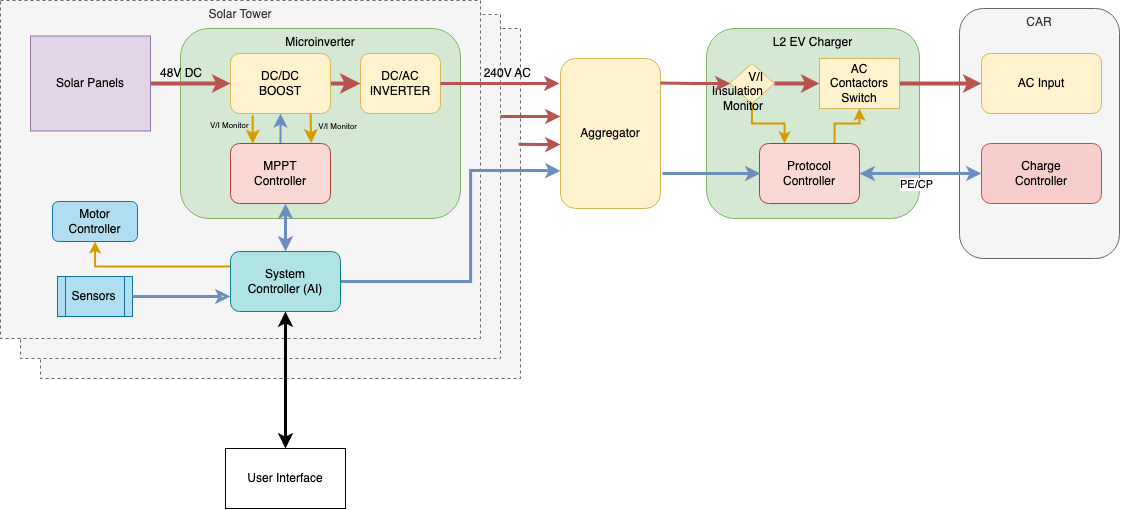
The draw.io diagram assets/images/ControllerDiagram.png in lciscon/MartianRoadtrip, before a commit. Source tidied: cells renumbered, new cells last; positions are measured from the earlier drawing's top-left corner, leaving out a move shared by most shapes.
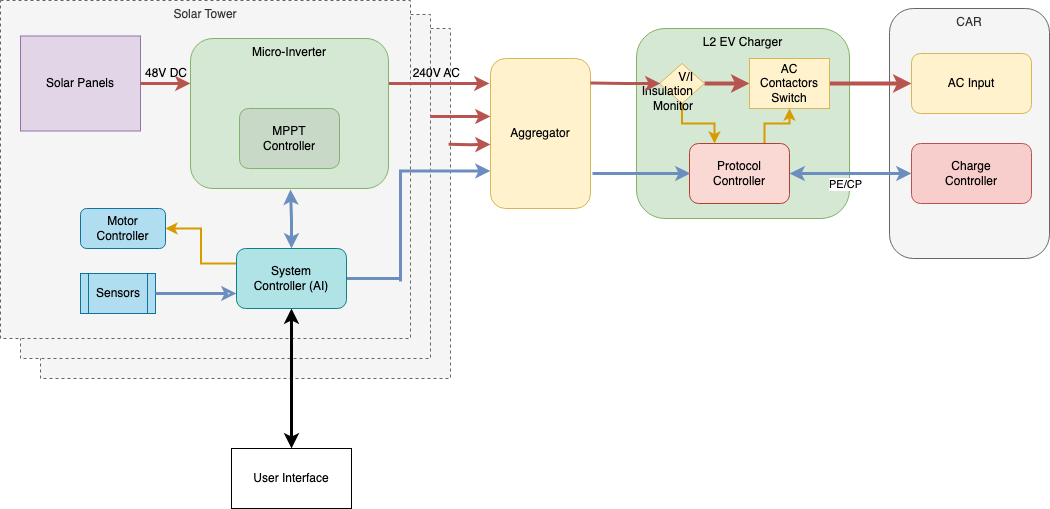
After the commit.

Commit message:
adjustments to diagrams

The edit, as a diff of the source:
```diff
@@ -3,74 +3,35 @@
     <mxCell id="0" />
     <mxCell id="1" parent="0" />
     <mxCell id="2" value="Solar Installation" style="rounded=0;whiteSpace=wrap;html=1;verticalAlign=top;strokeWidth=1;fillColor=#f5f5f5;fontColor=#333333;strokeColor=#666666;dashed=1;" parent="1" vertex="1">
-      <mxGeometry x="40" y="28" width="480" height="350" as="geometry" />
+      <mxGeometry x="110" y="28" width="410" height="350" as="geometry" />
     </mxCell>
     <mxCell id="3" value="Solar Installation" style="rounded=0;whiteSpace=wrap;html=1;verticalAlign=top;strokeWidth=1;fillColor=#f5f5f5;fontColor=#333333;strokeColor=#666666;dashed=1;" parent="1" vertex="1">
-      <mxGeometry x="20" y="14" width="480" height="344" as="geometry" />
+      <mxGeometry x="90" y="14" width="410" height="344" as="geometry" />
     </mxCell>
     <mxCell id="4" value="Solar Tower" style="rounded=0;whiteSpace=wrap;html=1;verticalAlign=top;strokeWidth=1;fillColor=#f5f5f5;fontColor=#333333;strokeColor=#666666;dashed=1;" parent="1" vertex="1">
-      <mxGeometry width="480" height="338" as="geometry" />
+      <mxGeometry x="70" width="410" height="338" as="geometry" />
     </mxCell>
     <mxCell id="5" value="L2 EV Charger" style="rounded=1;whiteSpace=wrap;html=1;fillColor=#d5e8d4;strokeColor=#82b366;verticalAlign=top;" parent="1" vertex="1">
       <mxGeometry x="706" y="28" width="213" height="190" as="geometry" />
     </mxCell>
-    <mxCell id="6" value="Microinverter" style="rounded=1;whiteSpace=wrap;html=1;fillColor=#d5e8d4;strokeColor=#82b366;verticalAlign=top;" parent="1" vertex="1">
-      <mxGeometry x="180" y="28" width="280" height="190" as="geometry" />
-    </mxCell>
     <mxCell id="7" value="CAR" style="rounded=1;whiteSpace=wrap;html=1;verticalAlign=top;fillColor=#f5f5f5;fontColor=#333333;strokeColor=#666666;" parent="1" vertex="1">
       <mxGeometry x="959" y="8" width="160" height="250" as="geometry" />
     </mxCell>
-    <mxCell id="8" style="edgeStyle=orthogonalEdgeStyle;rounded=0;jettySize=auto;html=1;exitX=1;exitY=0.5;exitDx=0;exitDy=0;strokeWidth=4;entryX=0;entryY=0.5;entryDx=0;entryDy=0;fillColor=#f8cecc;strokeColor=#b85450;" parent="1" edge="1" source="41" target="14">
-      <mxGeometry relative="1" as="geometry" />
-    </mxCell>
     <mxCell id="9" value="AC Input" style="rounded=1;whiteSpace=wrap;html=1;fillColor=#fff2cc;strokeColor=#d6b656;" parent="1" vertex="1">
       <mxGeometry x="981" y="53" width="120" height="60" as="geometry" />
     </mxCell>
     <mxCell id="10" value="Charge&lt;br&gt;Controller" style="rounded=1;whiteSpace=wrap;html=1;fillColor=#f8cecc;strokeColor=#b85450;" parent="1" vertex="1">
       <mxGeometry x="981" y="143" width="120" height="60" as="geometry" />
     </mxCell>
-    <mxCell id="11" style="edgeStyle=none;curved=1;rounded=0;jettySize=auto;html=1;exitX=0.5;exitY=0;exitDx=0;exitDy=0;entryX=0.5;entryY=1;entryDx=0;entryDy=0;fontSize=12;startSize=8;endSize=8;strokeWidth=2;fillColor=#dae8fc;strokeColor=#6c8ebf;" parent="1" edge="1" source="12" target="14">
-      <mxGeometry relative="1" as="geometry" />
-    </mxCell>
-    <mxCell id="12" value="MPPT &lt;br&gt;Controller" style="rounded=1;whiteSpace=wrap;html=1;fillColor=#fad9d5;strokeColor=#ae4132;" parent="1" vertex="1">
-      <mxGeometry x="230" y="143" width="100" height="60" as="geometry" />
-    </mxCell>
-    <mxCell id="13" style="edgeStyle=none;curved=1;rounded=0;jettySize=auto;html=1;exitX=1;exitY=0.5;exitDx=0;exitDy=0;entryX=0;entryY=0.5;entryDx=0;entryDy=0;fontSize=12;startSize=8;endSize=8;strokeWidth=4;fillColor=#f8cecc;strokeColor=#b85450;" parent="1" edge="1" source="14" target="39">
-      <mxGeometry relative="1" as="geometry" />
-    </mxCell>
-    <mxCell id="14" value="DC/DC&lt;div&gt;BOOST&lt;/div&gt;" style="rounded=1;whiteSpace=wrap;html=1;fillColor=#fff2cc;strokeColor=#d6b656;" parent="1" vertex="1">
-      <mxGeometry x="230" y="53" width="100" height="60" as="geometry" />
-    </mxCell>
     <mxCell id="15" value="User Interface" style="rounded=0;whiteSpace=wrap;html=1;" parent="1" vertex="1">
-      <mxGeometry x="225" y="448" width="120" height="60" as="geometry" />
+      <mxGeometry x="301" y="448" width="120" height="60" as="geometry" />
     </mxCell>
-    <mxCell id="16" style="edgeStyle=orthogonalEdgeStyle;rounded=0;jettySize=auto;html=1;exitX=0.222;exitY=1.029;exitDx=0;exitDy=0;fontSize=12;startSize=8;endSize=8;strokeWidth=2;fillColor=#ffe6cc;strokeColor=#d79b00;exitPerimeter=0;entryX=0.222;entryY=0.003;entryDx=0;entryDy=0;entryPerimeter=0;" parent="1" edge="1" source="14" target="12">
-      <mxGeometry relative="1" as="geometry" />
-    </mxCell>
-    <mxCell id="17" value="&lt;font style=&quot;font-size: 8px;&quot;&gt;V/I Monitor&lt;/font&gt;" style="edgeLabel;html=1;align=left;verticalAlign=middle;fontSize=12;labelBackgroundColor=none;spacingLeft=5;" parent="16" vertex="1">
-      <mxGeometry x="-0.52" relative="1" as="geometry">
-        <mxPoint x="-49" y="1" as="offset" />
-      </mxGeometry>
-    </mxCell>
-    <mxCell id="18" style="edgeStyle=orthogonalEdgeStyle;rounded=0;jettySize=auto;html=1;exitX=0.801;exitY=1.003;exitDx=0;exitDy=0;entryX=0.806;entryY=-0.006;entryDx=0;entryDy=0;fontSize=12;startSize=8;endSize=8;strokeWidth=2;fillColor=#ffe6cc;strokeColor=#d79b00;exitPerimeter=0;entryPerimeter=0;" parent="1" edge="1" source="14" target="12">
-      <mxGeometry relative="1" as="geometry" />
-    </mxCell>
-    <mxCell id="19" value="&lt;font style=&quot;font-size: 8px;&quot;&gt;V/I Monitor&lt;/font&gt;" style="edgeLabel;html=1;align=right;verticalAlign=middle;fontSize=12;labelBackgroundColor=none;spacingLeft=5;" parent="18" vertex="1">
-      <mxGeometry x="-0.56" y="-1" relative="1" as="geometry">
-        <mxPoint x="47" y="4" as="offset" />
-      </mxGeometry>
-    </mxCell>
     <mxCell id="20" value="Sensors" style="shape=process;whiteSpace=wrap;html=1;backgroundOutline=1;fillColor=#b1ddf0;strokeColor=#10739e;" parent="1" vertex="1">
-      <mxGeometry x="57" y="276" width="75" height="40" as="geometry" />
+      <mxGeometry x="150" y="273" width="75" height="40" as="geometry" />
     </mxCell>
     <mxCell id="21" value="Motor Controller" style="rounded=1;whiteSpace=wrap;html=1;fillColor=#b1ddf0;strokeColor=#10739e;" parent="1" vertex="1">
-      <mxGeometry x="52" y="201" width="85" height="40" as="geometry" />
+      <mxGeometry x="150" y="208" width="85" height="40" as="geometry" />
     </mxCell>
-    <mxCell id="22" style="edgeStyle=orthogonalEdgeStyle;rounded=0;jettySize=auto;html=1;exitX=0.5;exitY=0;exitDx=0;exitDy=0;strokeWidth=3;fillColor=#dae8fc;strokeColor=#6c8ebf;startArrow=classic;startFill=1;" parent="1" edge="1" source="27">
-      <mxGeometry relative="1" as="geometry">
-        <mxPoint x="285" y="203" as="targetPoint" />
-      </mxGeometry>
-    </mxCell>
     <mxCell id="23" style="edgeStyle=orthogonalEdgeStyle;rounded=0;jettySize=auto;html=1;exitX=0;exitY=0.25;exitDx=0;exitDy=0;strokeWidth=2;fillColor=#ffe6cc;strokeColor=#d79b00;" parent="1" edge="1" source="27" target="21">
       <mxGeometry relative="1" as="geometry" />
     </mxCell>
@@ -90,7 +51,7 @@
       </mxGeometry>
     </mxCell>
     <mxCell id="27" value="System&lt;br&gt;Controller (AI)" style="rounded=1;whiteSpace=wrap;html=1;fillColor=#b0e3e6;strokeColor=#0e8088;" parent="1" vertex="1">
-      <mxGeometry x="230" y="251" width="110" height="60" as="geometry" />
+      <mxGeometry x="306" y="248" width="110" height="60" as="geometry" />
     </mxCell>
     <mxCell id="28" style="edgeStyle=orthogonalEdgeStyle;rounded=0;orthogonalLoop=1;jettySize=auto;html=1;exitX=1;exitY=0.5;exitDx=0;exitDy=0;entryX=0.5;entryY=0;entryDx=0;entryDy=0;entryPerimeter=0;strokeWidth=2;fillColor=#f8cecc;strokeColor=#b85450;" parent="1" edge="1">
       <mxGeometry relative="1" as="geometry">
@@ -131,19 +92,16 @@
         <mxPoint x="-5" y="-33" as="offset" />
       </mxGeometry>
     </mxCell>
-    <mxCell id="39" value="DC/AC&lt;div&gt;INVERTER&lt;/div&gt;" style="rounded=1;whiteSpace=wrap;html=1;fillColor=#fff2cc;strokeColor=#d6b656;" parent="1" vertex="1">
-      <mxGeometry x="360" y="53" width="80" height="60" as="geometry" />
-    </mxCell>
     <mxCell id="40" value="240V AC" style="edgeLabel;html=1;align=right;verticalAlign=middle;fontSize=12;labelBackgroundColor=none;" parent="1" vertex="1">
       <mxGeometry x="530" y="72" as="geometry" />
     </mxCell>
     <mxCell id="41" value="Solar Panels" style="rounded=0;whiteSpace=wrap;html=1;fillColor=#e1d5e7;strokeColor=#9673a6;" parent="1" vertex="1">
-      <mxGeometry x="30" y="35.5" width="120" height="95" as="geometry" />
+      <mxGeometry x="90" y="35.5" width="120" height="95" as="geometry" />
     </mxCell>
     <mxCell id="42" value="Aggregator" style="rounded=1;whiteSpace=wrap;html=1;fillColor=#fff2cc;strokeColor=#d6b656;" parent="1" vertex="1">
       <mxGeometry x="560" y="58" width="100" height="150" as="geometry" />
     </mxCell>
-    <mxCell id="43" style="edgeStyle=orthogonalEdgeStyle;rounded=0;jettySize=auto;html=1;exitX=1;exitY=0.5;exitDx=0;exitDy=0;strokeWidth=3;fillColor=#f8cecc;strokeColor=#b85450;" parent="1" edge="1" source="39">
+    <mxCell id="43" style="edgeStyle=orthogonalEdgeStyle;rounded=0;jettySize=auto;html=1;exitX=0.99;exitY=0.3;exitDx=0;exitDy=0;strokeWidth=3;fillColor=#f8cecc;strokeColor=#b85450;exitPerimeter=0;" parent="1" edge="1" source="50">
       <mxGeometry relative="1" as="geometry">
         <mxPoint x="559" y="83" as="targetPoint" />
       </mxGeometry>
@@ -161,7 +119,7 @@
       </mxGeometry>
     </mxCell>
     <mxCell id="46" value="48V DC" style="edgeLabel;html=1;align=right;verticalAlign=middle;fontSize=12;labelBackgroundColor=none;" parent="1" vertex="1">
-      <mxGeometry x="190" y="72" as="geometry">
+      <mxGeometry x="246" y="72" as="geometry">
         <mxPoint x="11" as="offset" />
       </mxGeometry>
     </mxCell>
@@ -177,5 +135,22 @@
         <mxPoint x="760" y="173" as="targetPoint" />
       </mxGeometry>
     </mxCell>
+    <mxCell id="49" style="group;" parent="1" vertex="1">
+      <mxGeometry x="260" y="38" width="198" height="150" as="geometry" />
+    </mxCell>
+    <mxCell id="50" value="Micro-Inverter" style="rounded=1;whiteSpace=wrap;html=1;verticalAlign=top;fillColor=#d5e8d4;strokeColor=#82b366;" parent="49" vertex="1">
+      <mxGeometry width="198" height="150" as="geometry" />
+    </mxCell>
+    <mxCell id="12" value="MPPT &lt;br&gt;Controller" style="rounded=1;whiteSpace=wrap;html=1;fillColor=#C8D9C7;strokeColor=#82b366;" parent="49" vertex="1">
+      <mxGeometry x="49" y="70" width="100" height="60" as="geometry" />
+    </mxCell>
+    <mxCell id="51" style="edgeStyle=orthogonalEdgeStyle;rounded=0;jettySize=auto;html=1;exitX=0.5;exitY=0;exitDx=0;exitDy=0;fillColor=#dae8fc;strokeColor=#6c8ebf;strokeWidth=3;startArrow=classic;startFill=1;" parent="1" edge="1" source="27">
+      <mxGeometry relative="1" as="geometry">
+        <mxPoint x="360" y="189" as="targetPoint" />
+      </mxGeometry>
+    </mxCell>
+    <mxCell id="52" style="edgeStyle=orthogonalEdgeStyle;rounded=0;jettySize=auto;html=1;exitX=1;exitY=0.5;exitDx=0;exitDy=0;entryX=0;entryY=0.3;entryDx=0;entryDy=0;entryPerimeter=0;strokeWidth=3;fillColor=#f8cecc;strokeColor=#b85450;" parent="1" edge="1" source="41" target="50">
+      <mxGeometry relative="1" as="geometry" />
+    </mxCell>
   </root>
 </mxGraphModel>
```
